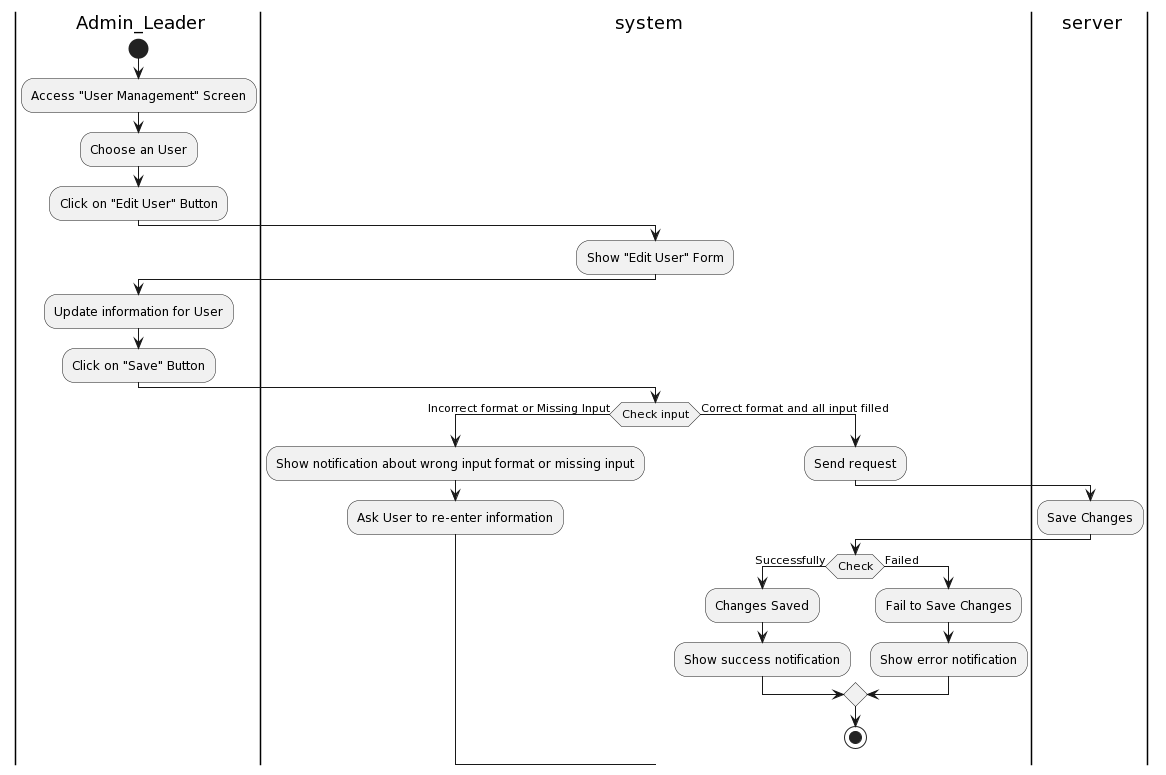
Earlier version of the PlantUML export Lab1/Lab1.2/Activity Diagram/SystemManagement/UserManagement/EditUserInformation/EditUserInformation.png (khoapham1003/SE357-Pratice-class).
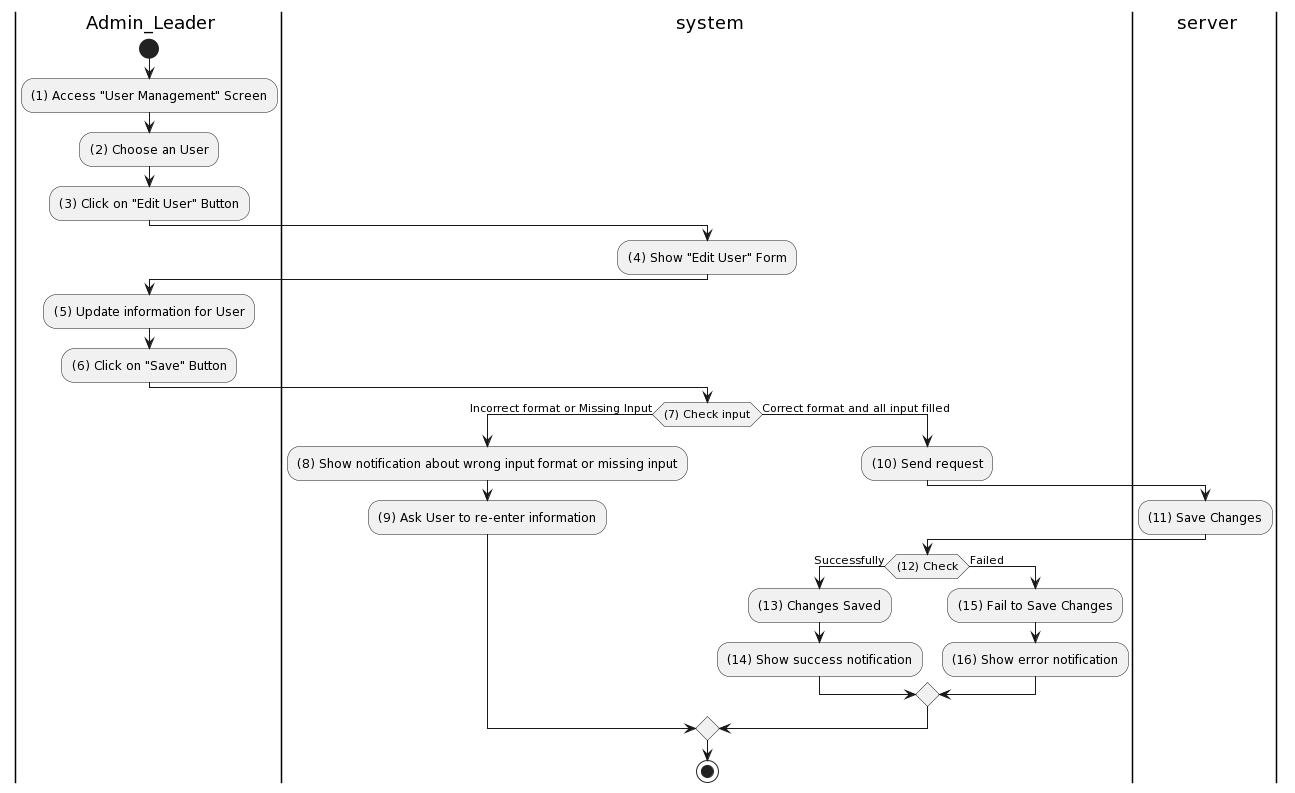
Later version of the same file.

Diff of the diagram source:
```diff
@@ -4,31 +4,31 @@
 |ser| server
 |a|
 start
-:Access "User Management" Screen;
-:Choose an User;
-:Click on "Edit User" Button;
+:(1) Access "User Management" Screen;
+:(2) Choose an User;
+:(3) Click on "Edit User" Button;
 |sys|
-:Show "Edit User" Form;
+:(4) Show "Edit User" Form;
 |a|
-:Update information for User;
-:Click on "Save" Button;
+:(5) Update information for User;
+:(6) Click on "Save" Button;
 |sys|
-if (Check input) then (Incorrect format or Missing Input)
-:Show notification about wrong input format or missing input;
-:Ask User to re-enter information;
+if ((7) Check input) then (Incorrect format or Missing Input)
+:(8) Show notification about wrong input format or missing input;
+:(9) Ask User to re-enter information;
 else (Correct format and all input filled)
 |sys|
-:Send request;
+:(10) Send request;
 |ser|
-:Save Changes;
+:(11) Save Changes;
 |sys|
-if(Check) then (Successfully)
-:Changes Saved;
-:Show success notification;
+if((12) Check) then (Successfully)
+:(13) Changes Saved;
+:(14) Show success notification;
 else (Failed)
-:Fail to Save Changes;
-:Show error notification;
+:(15) Fail to Save Changes;
+:(16) Show error notification;
 endif
-
+endif
 stop
 @enduml
```
